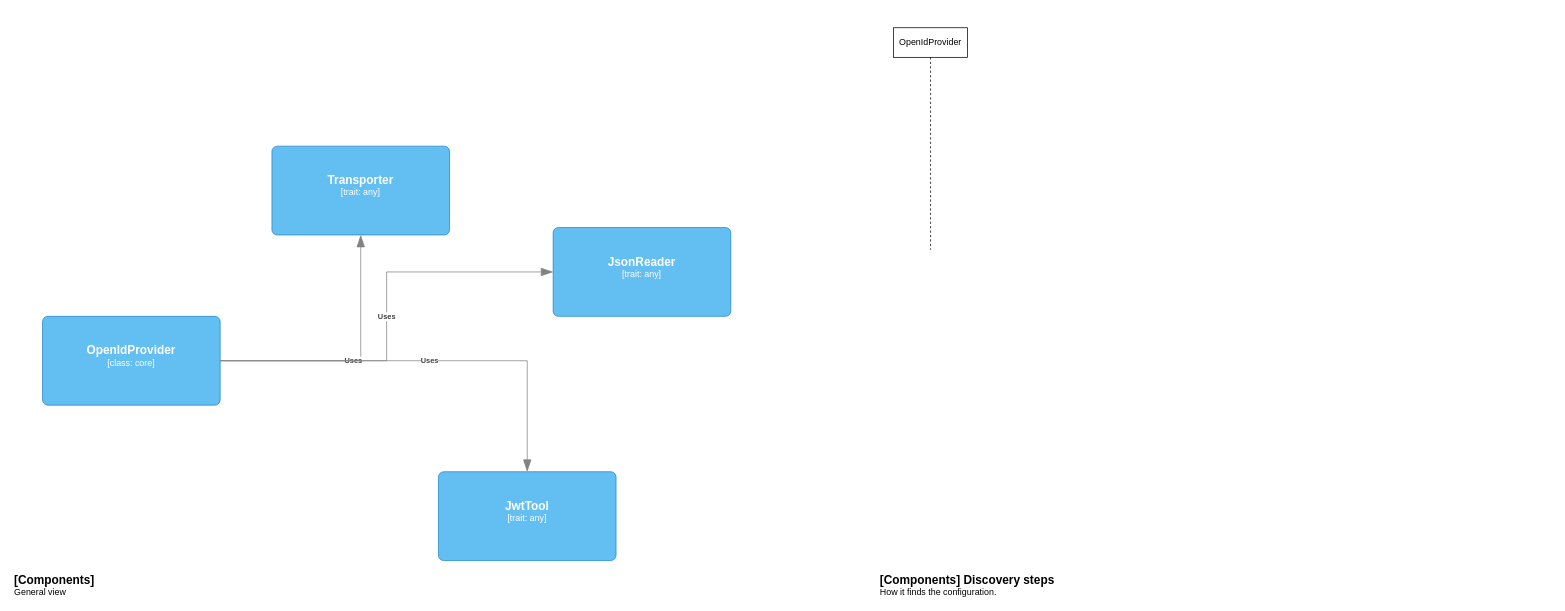
This is doc.drawio from estrondo/moidc4s, a draw.io file, before an edit. Source tidied: cells renumbered, new cells numbered last; positions are measured from the earlier drawing's top-left corner, leaving out a move shared by most shapes. Both pictures are drawn from the tidied source at 74%, with x=0, y=0 at pixel (13, 27).
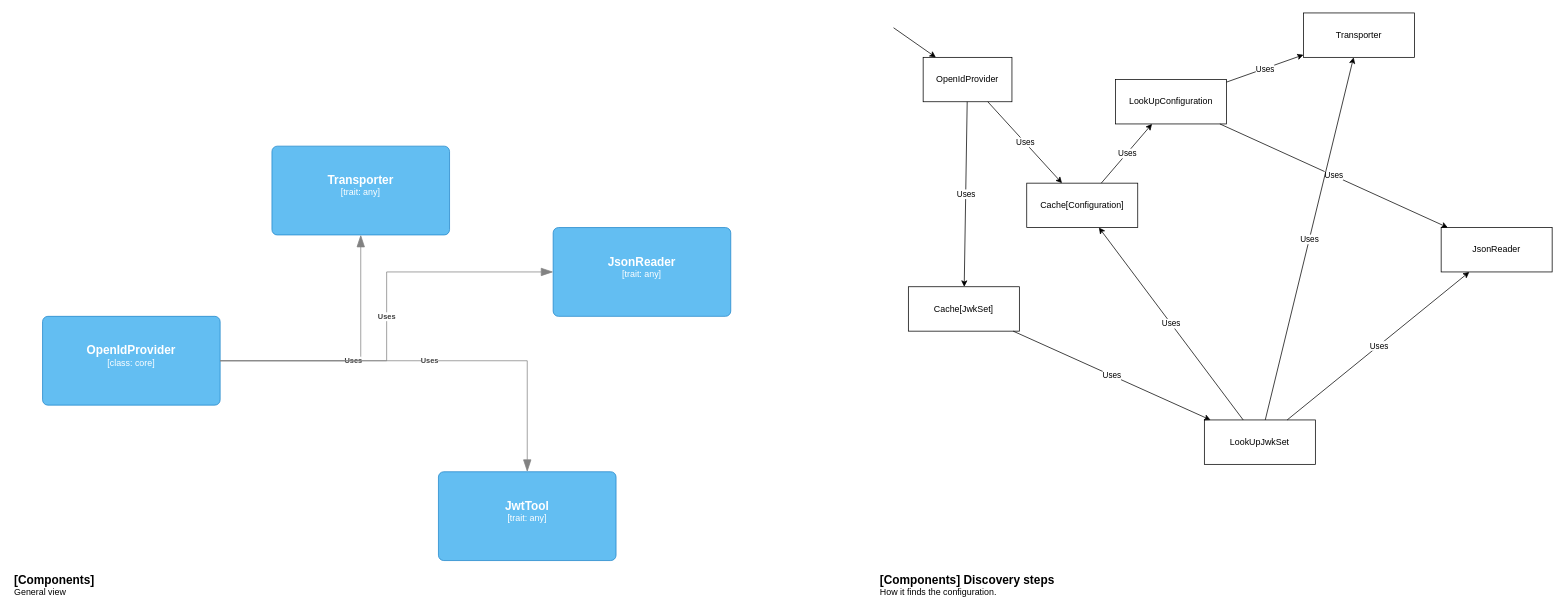
The same page after the edit.

Diff of the diagram source:
```diff
@@
-    <mxCell id="11" value="OpenIdProvider" style="shape=umlLifeline;perimeter=lifelinePerimeter;whiteSpace=wrap;html=1;outlineConnect=0;portConstraint=eastwest;newEdgeStyle={&quot;curved&quot;:0,&quot;rounded&quot;:0};" parent="1" vertex="1">
-      <mxGeometry x="1190" width="100" height="300" as="geometry" />
+    <mxCell id="11" value="OpenIdProvider" style="rounded=0;whiteSpace=wrap;html=1;" parent="1" vertex="1">
+      <mxGeometry x="1230" y="40" width="120" height="60" as="geometry" />
     </mxCell>
+    <mxCell id="12" style="endArrow=classic;html=1;rounded=0;" parent="1" edge="1" target="11">
+      <mxGeometry relative="1" as="geometry">
+        <mxPoint x="1190" as="sourcePoint" />
+      </mxGeometry>
+    </mxCell>
+    <mxCell id="13" value="Cache[Configuration]" style="rounded=0;whiteSpace=wrap;html=1;" parent="1" vertex="1">
+      <mxGeometry x="1370" y="210" width="150" height="60" as="geometry" />
+    </mxCell>
+    <mxCell id="14" value="LookUpConfiguration" style="rounded=0;whiteSpace=wrap;html=1;" parent="1" vertex="1">
+      <mxGeometry x="1490" y="70" width="150" height="60" as="geometry" />
+    </mxCell>
+    <mxCell id="15" value="Transporter" style="rounded=0;whiteSpace=wrap;html=1;" parent="1" vertex="1">
+      <mxGeometry x="1744" y="-20" width="150" height="60" as="geometry" />
+    </mxCell>
+    <mxCell id="16" value="JsonReader" style="rounded=0;whiteSpace=wrap;html=1;" parent="1" vertex="1">
+      <mxGeometry x="1930" y="270" width="150" height="60" as="geometry" />
+    </mxCell>
+    <mxCell id="17" value="LookUpJwkSet" style="rounded=0;whiteSpace=wrap;html=1;" parent="1" vertex="1">
+      <mxGeometry x="1610" y="530" width="150" height="60" as="geometry" />
+    </mxCell>
+    <mxCell id="18" value="Cache[JwkSet]" style="rounded=0;whiteSpace=wrap;html=1;" parent="1" vertex="1">
+      <mxGeometry x="1210" y="350" width="150" height="60" as="geometry" />
+    </mxCell>
+    <mxCell id="19" style="endArrow=classic;html=1;rounded=0;" parent="1" edge="1" source="14" target="15">
+      <mxGeometry relative="1" as="geometry" />
+    </mxCell>
+    <mxCell id="20" value="Uses" style="edgeLabel;html=1;align=center;verticalAlign=middle;" parent="19" vertex="1">
+      <mxGeometry relative="1" as="geometry" />
+    </mxCell>
+    <mxCell id="21" style="endArrow=classic;html=1;rounded=0;" parent="1" edge="1" source="14" target="16">
+      <mxGeometry relative="1" as="geometry" />
+    </mxCell>
+    <mxCell id="22" value="Uses" style="edgeLabel;html=1;align=center;verticalAlign=middle;" parent="21" vertex="1">
+      <mxGeometry relative="1" as="geometry" />
+    </mxCell>
+    <mxCell id="23" style="endArrow=classic;html=1;rounded=0;" parent="1" edge="1" source="17" target="16">
+      <mxGeometry relative="1" as="geometry" />
+    </mxCell>
+    <mxCell id="24" value="Uses" style="edgeLabel;html=1;align=center;verticalAlign=middle;" parent="23" vertex="1">
+      <mxGeometry relative="1" as="geometry" />
+    </mxCell>
+    <mxCell id="25" style="endArrow=classic;html=1;rounded=0;" parent="1" edge="1" source="17" target="15">
+      <mxGeometry relative="1" as="geometry" />
+    </mxCell>
+    <mxCell id="26" value="Uses" style="edgeLabel;html=1;align=center;verticalAlign=middle;" parent="25" vertex="1">
+      <mxGeometry relative="1" as="geometry" />
+    </mxCell>
+    <mxCell id="27" style="endArrow=classic;html=1;rounded=0;" parent="1" edge="1" source="13" target="14">
+      <mxGeometry relative="1" as="geometry" />
+    </mxCell>
+    <mxCell id="28" value="Uses" style="edgeLabel;html=1;align=center;verticalAlign=middle;" parent="27" vertex="1">
+      <mxGeometry relative="1" as="geometry" />
+    </mxCell>
+    <mxCell id="29" style="endArrow=classic;html=1;rounded=0;" parent="1" edge="1" source="11" target="13">
+      <mxGeometry relative="1" as="geometry" />
+    </mxCell>
+    <mxCell id="30" value="Uses" style="edgeLabel;html=1;align=center;verticalAlign=middle;" parent="29" vertex="1">
+      <mxGeometry relative="1" as="geometry" />
+    </mxCell>
+    <mxCell id="31" style="endArrow=classic;html=1;rounded=0;" parent="1" edge="1" source="11" target="18">
+      <mxGeometry relative="1" as="geometry" />
+    </mxCell>
+    <mxCell id="32" value="Uses" style="edgeLabel;html=1;align=center;verticalAlign=middle;" parent="31" vertex="1">
+      <mxGeometry relative="1" as="geometry" />
+    </mxCell>
+    <mxCell id="33" style="endArrow=classic;html=1;rounded=0;" parent="1" edge="1" source="18" target="17">
+      <mxGeometry relative="1" as="geometry" />
+    </mxCell>
+    <mxCell id="34" value="Uses" style="edgeLabel;html=1;align=center;verticalAlign=middle;" parent="33" vertex="1">
+      <mxGeometry relative="1" as="geometry" />
+    </mxCell>
+    <mxCell id="35" style="endArrow=classic;html=1;rounded=0;" parent="1" edge="1" source="17" target="13">
+      <mxGeometry relative="1" as="geometry" />
+    </mxCell>
+    <mxCell id="36" value="Uses" style="edgeLabel;html=1;align=center;verticalAlign=middle;" parent="35" vertex="1">
+      <mxGeometry relative="1" as="geometry" />
+    </mxCell>
```
